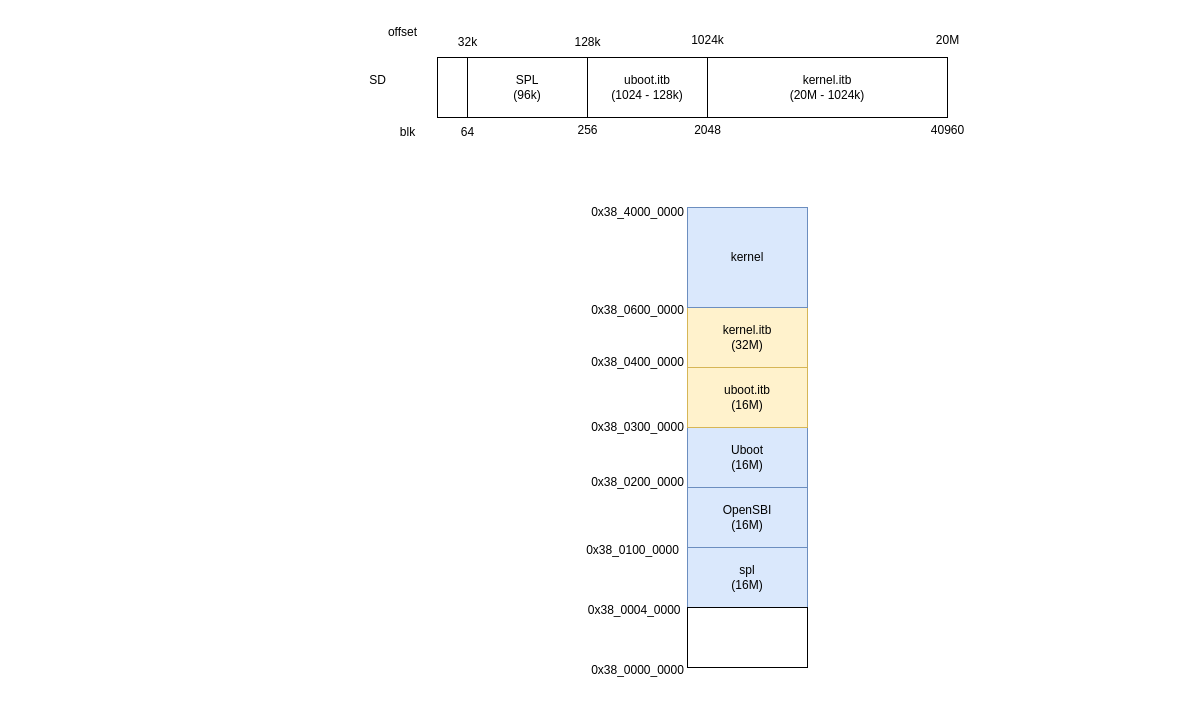
thomas-coding/drawio keeps this draw.io diagram as page "memory layout" (2 of 2) of jingwei.drawio. Above is the earlier version. Source tidied: cells renumbered, new cells numbered last; positions are measured from the earlier drawing's top-left corner, leaving out a move shared by most shapes. Both pictures are drawn from the tidied source at 100%, with x=0, y=0 at pixel (357, 17).
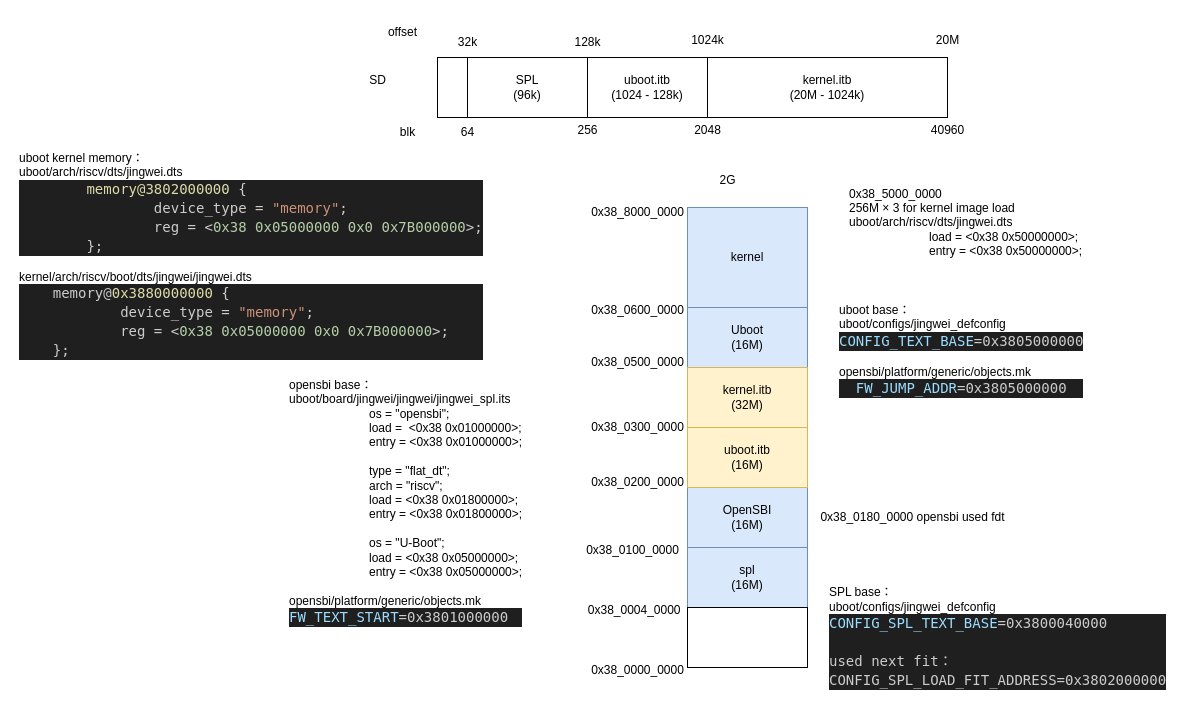
The same diagram, later.

Diff of the diagram source:
```diff
@@
     <mxCell id="24" value="Uboot&lt;br&gt;(16M)" style="rounded=0;whiteSpace=wrap;html=1;fillColor=#dae8fc;strokeColor=#6c8ebf;" parent="1" vertex="1">
-      <mxGeometry x="330" y="410" width="120" height="60" as="geometry" />
+      <mxGeometry x="330" y="290" width="120" height="60" as="geometry" />
     </mxCell>
     <mxCell id="25" value="uboot.itb&lt;br&gt;(16M)" style="rounded=0;whiteSpace=wrap;html=1;fillColor=#fff2cc;strokeColor=#d6b656;" parent="1" vertex="1">
-      <mxGeometry x="330" y="350" width="120" height="60" as="geometry" />
+      <mxGeometry x="330" y="410" width="120" height="60" as="geometry" />
     </mxCell>
@@
     <mxCell id="27" value="kernel.itb&lt;br&gt;(32M)" style="rounded=0;whiteSpace=wrap;html=1;fillColor=#fff2cc;strokeColor=#d6b656;" parent="1" vertex="1">
-      <mxGeometry x="330" y="290" width="120" height="60" as="geometry" />
+      <mxGeometry x="330" y="350" width="120" height="60" as="geometry" />
     </mxCell>
-    <mxCell id="28" value="0x38_0400_0000" style="text;html=1;align=center;verticalAlign=middle;strokeColor=none;fillColor=none;" parent="1" vertex="1">
+    <mxCell id="28" value="0x38_0500_0000" style="text;html=1;align=center;verticalAlign=middle;strokeColor=none;fillColor=none;" parent="1" vertex="1">
       <mxGeometry x="220" y="330" width="120" height="30" as="geometry" />
     </mxCell>
@@
-    <mxCell id="31" value="0x38_4000_0000" style="text;html=1;align=center;verticalAlign=middle;strokeColor=none;fillColor=none;" parent="1" vertex="1">
+    <mxCell id="31" value="0x38_8000_0000" style="text;html=1;align=center;verticalAlign=middle;strokeColor=none;fillColor=none;" parent="1" vertex="1">
       <mxGeometry x="220" y="180" width="120" height="30" as="geometry" />
     </mxCell>
+    <mxCell id="32" value="SPL base：&lt;div&gt;uboot/configs/jingwei_defconfig&lt;br&gt;&lt;/div&gt;&lt;div&gt;&lt;div style=&quot;color: rgb(204, 204, 204); background-color: rgb(31, 31, 31); font-family: &amp;quot;Droid Sans Mono&amp;quot;, &amp;quot;monospace&amp;quot;, monospace; font-size: 14px; line-height: 19px; white-space: pre;&quot;&gt;&lt;span style=&quot;color: #9cdcfe;&quot;&gt;CONFIG_SPL_TEXT_BASE&lt;/span&gt;=0x3800040000&lt;/div&gt;&lt;div style=&quot;color: rgb(204, 204, 204); background-color: rgb(31, 31, 31); font-family: &amp;quot;Droid Sans Mono&amp;quot;, &amp;quot;monospace&amp;quot;, monospace; font-size: 14px; line-height: 19px; white-space: pre;&quot;&gt;&lt;br&gt;&lt;/div&gt;&lt;div style=&quot;color: rgb(204, 204, 204); background-color: rgb(31, 31, 31); font-family: &amp;quot;Droid Sans Mono&amp;quot;, &amp;quot;monospace&amp;quot;, monospace; font-size: 14px; line-height: 19px; white-space: pre;&quot;&gt;used next fit：&lt;br&gt;CONFIG_SPL_LOAD_FIT_ADDRESS=0x3802000000&lt;br&gt;&lt;/div&gt;&lt;/div&gt;" style="text;html=1;align=left;verticalAlign=middle;strokeColor=none;fillColor=none;" parent="1" vertex="1">
+      <mxGeometry x="470" y="560" width="360" height="120" as="geometry" />
+    </mxCell>
+    <mxCell id="33" value="&lt;div&gt;opensbi base：&lt;/div&gt;uboot/board/jingwei/jingwei/jingwei_spl.its&lt;div&gt;&lt;div&gt;&amp;nbsp; &amp;nbsp; &amp;nbsp; &amp;nbsp; &amp;nbsp; &amp;nbsp; &amp;nbsp; &amp;nbsp; &amp;nbsp; &amp;nbsp; &amp;nbsp; &amp;nbsp; os = &quot;opensbi&quot;;&lt;/div&gt;&lt;div&gt;&amp;nbsp; &amp;nbsp; &amp;nbsp; &amp;nbsp; &amp;nbsp; &amp;nbsp; &amp;nbsp; &amp;nbsp; &amp;nbsp; &amp;nbsp; &amp;nbsp; &amp;nbsp; load =&amp;nbsp; &amp;lt;0x38 0x01000000&amp;gt;;&lt;/div&gt;&lt;div&gt;&amp;nbsp; &amp;nbsp; &amp;nbsp; &amp;nbsp; &amp;nbsp; &amp;nbsp; &amp;nbsp; &amp;nbsp; &amp;nbsp; &amp;nbsp; &amp;nbsp; &amp;nbsp; entry = &amp;lt;0x38 0x01000000&amp;gt;;&lt;/div&gt;&lt;/div&gt;&lt;div&gt;&lt;br&gt;&lt;/div&gt;&lt;div&gt;&lt;div&gt;&amp;nbsp; &amp;nbsp; &amp;nbsp; &amp;nbsp; &amp;nbsp; &amp;nbsp; &amp;nbsp; &amp;nbsp; &amp;nbsp; &amp;nbsp; &amp;nbsp; &amp;nbsp; type = &quot;flat_dt&quot;;&lt;/div&gt;&lt;div&gt;&amp;nbsp; &amp;nbsp; &amp;nbsp; &amp;nbsp; &amp;nbsp; &amp;nbsp; &amp;nbsp; &amp;nbsp; &amp;nbsp; &amp;nbsp; &amp;nbsp; &amp;nbsp; arch = &quot;riscv&quot;;&lt;/div&gt;&lt;div&gt;&amp;nbsp; &amp;nbsp; &amp;nbsp; &amp;nbsp; &amp;nbsp; &amp;nbsp; &amp;nbsp; &amp;nbsp; &amp;nbsp; &amp;nbsp; &amp;nbsp; &amp;nbsp; load = &amp;lt;0x38 0x01800000&amp;gt;;&lt;/div&gt;&lt;div&gt;&amp;nbsp; &amp;nbsp; &amp;nbsp; &amp;nbsp; &amp;nbsp; &amp;nbsp; &amp;nbsp; &amp;nbsp; &amp;nbsp; &amp;nbsp; &amp;nbsp; &amp;nbsp; entry = &amp;lt;0x38 0x01800000&amp;gt;;&lt;/div&gt;&lt;/div&gt;&lt;div&gt;&lt;br&gt;&lt;/div&gt;&lt;div&gt;&lt;div&gt;&amp;nbsp; &amp;nbsp; &amp;nbsp; &amp;nbsp; &amp;nbsp; &amp;nbsp; &amp;nbsp; &amp;nbsp; &amp;nbsp; &amp;nbsp; &amp;nbsp; &amp;nbsp; os = &quot;U-Boot&quot;;&lt;/div&gt;&lt;div&gt;&amp;nbsp; &amp;nbsp; &amp;nbsp; &amp;nbsp; &amp;nbsp; &amp;nbsp; &amp;nbsp; &amp;nbsp; &amp;nbsp; &amp;nbsp; &amp;nbsp; &amp;nbsp; load = &amp;lt;0x38 0x05000000&amp;gt;;&lt;/div&gt;&lt;div&gt;&amp;nbsp; &amp;nbsp; &amp;nbsp; &amp;nbsp; &amp;nbsp; &amp;nbsp; &amp;nbsp; &amp;nbsp; &amp;nbsp; &amp;nbsp; &amp;nbsp; &amp;nbsp; entry = &amp;lt;0x38 0x05000000&amp;gt;;&lt;/div&gt;&lt;/div&gt;&lt;div&gt;&lt;br&gt;&lt;/div&gt;&lt;div&gt;opensbi/platform/generic/objects.mk&lt;br&gt;&lt;/div&gt;&lt;div&gt;&lt;div style=&quot;color: rgb(204, 204, 204); background-color: rgb(31, 31, 31); font-family: &amp;quot;Droid Sans Mono&amp;quot;, &amp;quot;monospace&amp;quot;, monospace; font-size: 14px; line-height: 19px; white-space: pre;&quot;&gt;&lt;span style=&quot;color: #9cdcfe;&quot;&gt;FW_TEXT_START&lt;/span&gt;=0x3801000000&lt;/div&gt;&lt;/div&gt;" style="text;html=1;align=left;verticalAlign=middle;strokeColor=none;fillColor=none;" parent="1" vertex="1">
+      <mxGeometry x="-70" y="355" width="260" height="260" as="geometry" />
+    </mxCell>
+    <mxCell id="34" value="&lt;div&gt;uboot base：&lt;/div&gt;&lt;div&gt;uboot/configs/jingwei_defconfig&lt;br&gt;&lt;/div&gt;&lt;div&gt;&lt;div style=&quot;color: rgb(204, 204, 204); background-color: rgb(31, 31, 31); font-family: &amp;quot;Droid Sans Mono&amp;quot;, &amp;quot;monospace&amp;quot;, monospace; font-size: 14px; line-height: 19px; white-space: pre;&quot;&gt;&lt;span style=&quot;color: #9cdcfe;&quot;&gt;CONFIG_TEXT_BASE&lt;/span&gt;=0x3805000000&lt;/div&gt;&lt;/div&gt;&lt;div&gt;&lt;br&gt;&lt;/div&gt;&lt;div&gt;opensbi/platform/generic/objects.mk&lt;br&gt;&lt;/div&gt;&lt;div&gt;&lt;div style=&quot;background-color: rgb(31, 31, 31); line-height: 19px; white-space: pre; font-size: 14px; font-family: &amp;quot;Droid Sans Mono&amp;quot;, &amp;quot;monospace&amp;quot;, monospace; color: rgb(204, 204, 204);&quot;&gt;&lt;div style=&quot;line-height: 19px;&quot;&gt;  &lt;span style=&quot;color: #9cdcfe;&quot;&gt;FW_JUMP_ADDR&lt;/span&gt;=0x3805000000&lt;/div&gt;&lt;/div&gt;&lt;/div&gt;" style="text;html=1;align=left;verticalAlign=middle;strokeColor=none;fillColor=none;" parent="1" vertex="1">
+      <mxGeometry x="480" y="278" width="270" height="110" as="geometry" />
+    </mxCell>
+    <mxCell id="35" value="0x38_0180_0000 opensbi used fdt" style="text;html=1;align=center;verticalAlign=middle;strokeColor=none;fillColor=none;" parent="1" vertex="1">
+      <mxGeometry x="450" y="485" width="210" height="30" as="geometry" />
+    </mxCell>
+    <mxCell id="36" value="uboot kernel memory：&lt;div&gt;uboot/arch/riscv/dts/jingwei.dts&lt;br&gt;&lt;/div&gt;&lt;div&gt;&lt;div style=&quot;color: rgb(204, 204, 204); background-color: rgb(31, 31, 31); font-family: &amp;quot;Droid Sans Mono&amp;quot;, &amp;quot;monospace&amp;quot;, monospace; font-size: 14px; line-height: 19px; white-space: pre;&quot;&gt;&lt;div&gt;        &lt;span style=&quot;color: #dcdcaa;&quot;&gt;memory@3802000000&lt;/span&gt; {&lt;/div&gt;&lt;div&gt;                device_type = &lt;span style=&quot;color: #ce9178;&quot;&gt;&quot;memory&quot;&lt;/span&gt;;&lt;/div&gt;&lt;div&gt;                reg = &amp;lt;&lt;span style=&quot;color: #b5cea8;&quot;&gt;0x38&lt;/span&gt; &lt;span style=&quot;color: #b5cea8;&quot;&gt;0x05000000&lt;/span&gt; &lt;span style=&quot;color: #b5cea8;&quot;&gt;0x0&lt;/span&gt; &lt;span style=&quot;color: rgb(181, 206, 168);&quot;&gt;0x7B000000&lt;/span&gt;&amp;gt;;&lt;br&gt;&lt;/div&gt;&lt;div&gt;        };&lt;/div&gt;&lt;/div&gt;&lt;/div&gt;&lt;div&gt;&lt;br&gt;&lt;/div&gt;&lt;div&gt;kernel/arch/riscv/boot/dts/jingwei/jingwei.dts&lt;br&gt;&lt;/div&gt;&lt;div&gt;&lt;div style=&quot;color: rgb(204, 204, 204); background-color: rgb(31, 31, 31); font-family: &amp;quot;Droid Sans Mono&amp;quot;, &amp;quot;monospace&amp;quot;, monospace; font-size: 14px; line-height: 19px; white-space: pre;&quot;&gt;&lt;div&gt;    memory@&lt;span style=&quot;color: #dcdcaa;&quot;&gt;0x3880000000&lt;/span&gt; {&lt;/div&gt;&lt;div&gt;            device_type = &lt;span style=&quot;color: #ce9178;&quot;&gt;&quot;memory&quot;&lt;/span&gt;;&lt;/div&gt;&lt;div&gt;            reg = &amp;lt;&lt;span style=&quot;color: #b5cea8;&quot;&gt;0x38&lt;/span&gt; &lt;span style=&quot;color: #b5cea8;&quot;&gt;0x05000000&lt;/span&gt; &lt;span style=&quot;color: #b5cea8;&quot;&gt;0x0&lt;/span&gt; &lt;span style=&quot;color: rgb(181, 206, 168);&quot;&gt;0x7B000000&lt;/span&gt;&amp;gt;;&lt;br&gt;&lt;/div&gt;&lt;div&gt;    };&lt;/div&gt;&lt;/div&gt;&lt;/div&gt;" style="text;html=1;align=left;verticalAlign=middle;strokeColor=none;fillColor=none;" parent="1" vertex="1">
+      <mxGeometry x="-340" y="128" width="490" height="220" as="geometry" />
+    </mxCell>
+    <mxCell id="37" value="2G" style="text;html=1;align=center;verticalAlign=middle;strokeColor=none;fillColor=none;" parent="1" vertex="1">
+      <mxGeometry x="350" y="148" width="40" height="30" as="geometry" />
+    </mxCell>
+    <mxCell id="38" value="0x38_5000_0000&lt;div&gt;256M × 3 for kernel image load&lt;/div&gt;&lt;div&gt;uboot/arch/riscv/dts/jingwei.dts&lt;br&gt;&lt;/div&gt;&lt;div&gt;&lt;div&gt;&lt;span style=&quot;white-space: nowrap;&quot;&gt;&lt;span style=&quot;white-space:pre&quot;&gt;&#9;&#9;&#9;&lt;/span&gt;load = &amp;lt;0x38 0x50000000&amp;gt;;&lt;/span&gt;&lt;/div&gt;&lt;div&gt;&lt;span style=&quot;white-space: nowrap;&quot;&gt;&lt;span style=&quot;white-space:pre&quot;&gt;&#9;&#9;&#9;&lt;/span&gt;entry = &amp;lt;0x38 0x50000000&amp;gt;;&lt;/span&gt;&lt;/div&gt;&lt;/div&gt;" style="text;html=1;align=left;verticalAlign=middle;strokeColor=none;fillColor=none;" parent="1" vertex="1">
+      <mxGeometry x="490" y="160" width="260" height="90" as="geometry" />
+    </mxCell>
```
